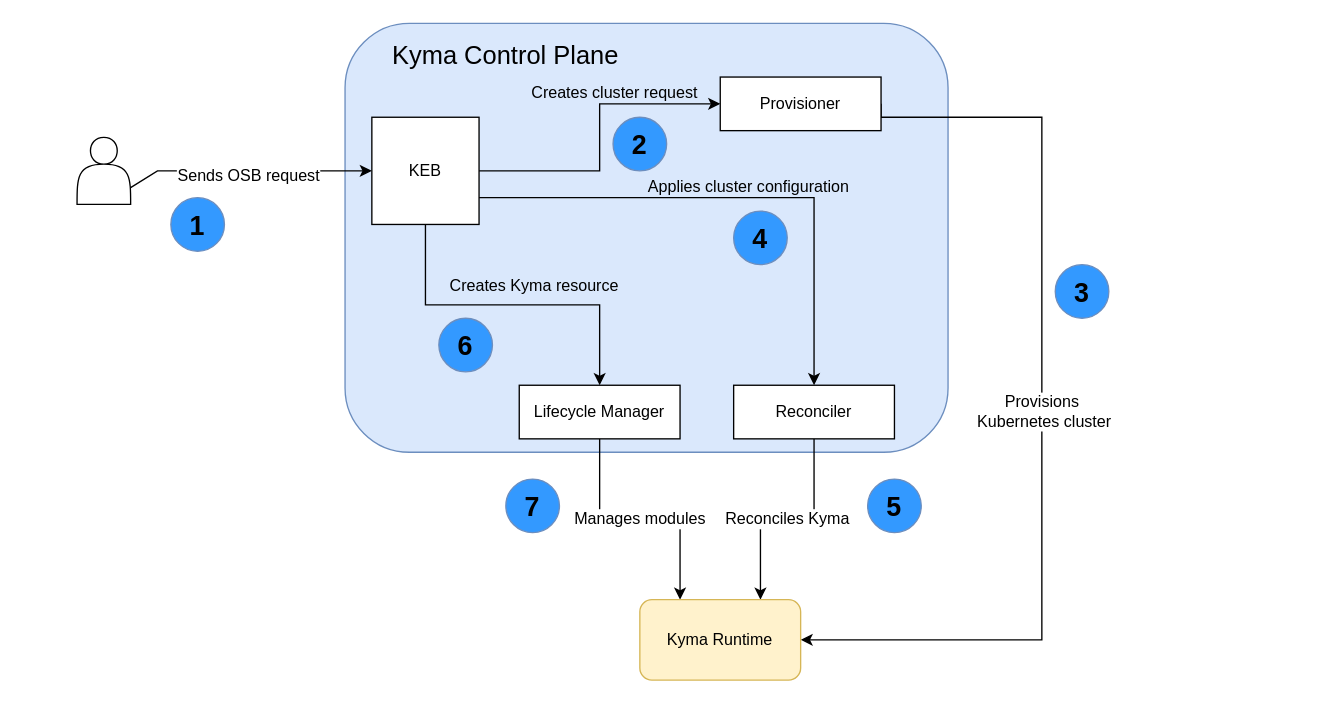
ukff/kyma-environment-broker keeps this draw.io diagram as docs/assets/keb-arch.drawio. Above is the earlier version. Source tidied: cells renumbered, new cells numbered last; positions are measured from the earlier drawing's top-left corner, leaving out a move shared by most shapes. Both pictures are drawn from the tidied source at 134%, with x=0, y=0 at pixel (76, 23).
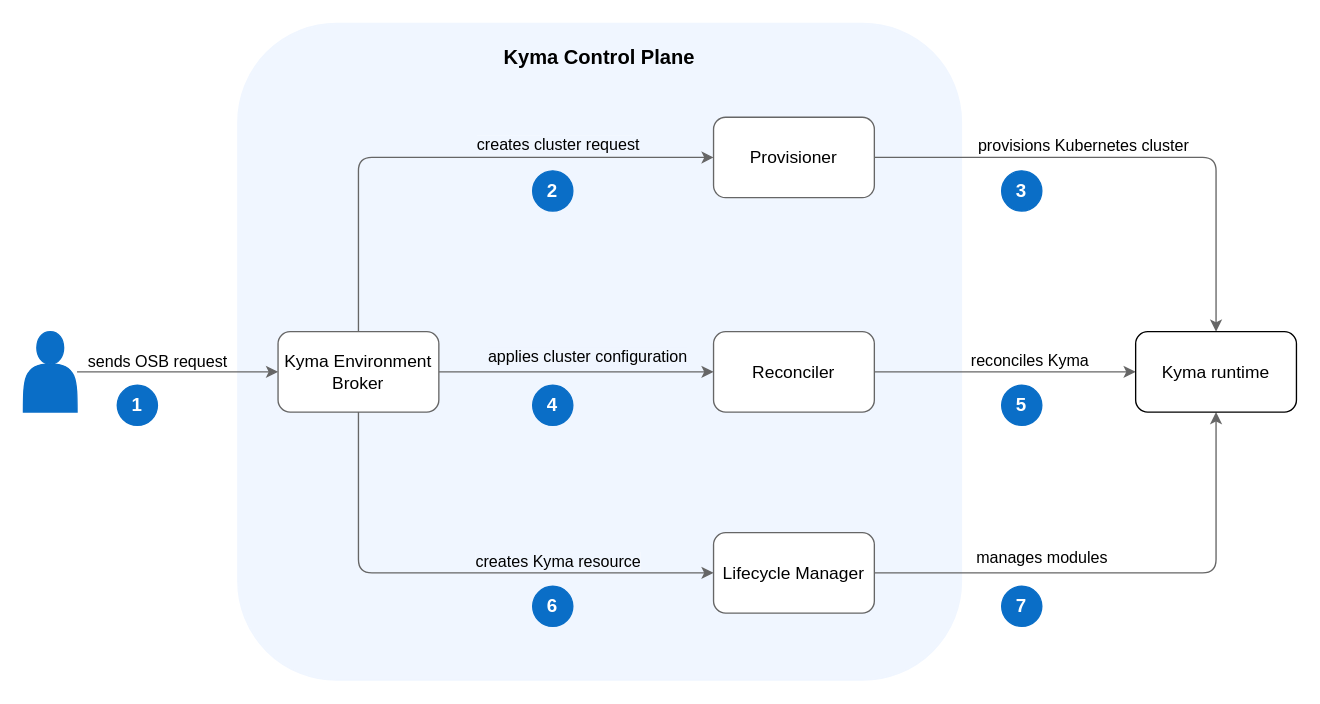
Above is the later version.

Commit message (it also covers changes not shown here):
Adjust the diagram to the content guidelines (#3036)

Diff of the diagram source:
```diff
@@
-    <mxCell id="2" style="rounded=1;whiteSpace=wrap;html=1;align=left;fillColor=#dae8fc;strokeColor=#6c8ebf;" parent="1" vertex="1">
-      <mxGeometry x="200" width="450" height="320" as="geometry" />
+    <mxCell id="2" style="rounded=1;whiteSpace=wrap;html=1;align=left;fillColor=#f0f6ff;strokeColor=#f0f6ff;verticalAlign=bottom;" parent="1" vertex="1">
+      <mxGeometry x="120" width="540" height="490" as="geometry" />
     </mxCell>
-    <mxCell id="3" style="edgeStyle=orthogonalEdgeStyle;rounded=0;jettySize=auto;html=1;exitX=1;exitY=0.5;exitDx=0;exitDy=0;fontSize=19;" parent="1" edge="1" source="8" target="10">
-      <mxGeometry relative="1" as="geometry" />
-    </mxCell>
-    <mxCell id="4" value="Creates cluster request" style="edgeLabel;html=1;align=center;verticalAlign=middle;fontSize=12;labelBackgroundColor=none;" parent="3" vertex="1">
-      <mxGeometry x="0.03" y="-1" relative="1" as="geometry">
-        <mxPoint x="9" y="-31" as="offset" />
-      </mxGeometry>
-    </mxCell>
-    <mxCell id="5" style="edgeStyle=orthogonalEdgeStyle;rounded=0;jettySize=auto;html=1;exitX=0.5;exitY=1;exitDx=0;exitDy=0;entryX=0.5;entryY=0;entryDx=0;entryDy=0;fontSize=19;" parent="1" edge="1" source="8" target="14">
-      <mxGeometry relative="1" as="geometry" />
-    </mxCell>
-    <mxCell id="6" value="Creates Kyma resource" style="edgeLabel;html=1;align=center;verticalAlign=middle;fontSize=12;labelBackgroundColor=none;" parent="5" vertex="1">
-      <mxGeometry x="0.04" y="2" relative="1" as="geometry">
-        <mxPoint x="10" y="-13" as="offset" />
-      </mxGeometry>
-    </mxCell>
-    <mxCell id="7" value="&lt;font style=&quot;font-size: 12px;&quot;&gt;Applies cluster configuration&lt;/font&gt;" style="edgeStyle=orthogonalEdgeStyle;rounded=0;jettySize=auto;html=1;exitX=1;exitY=0.75;exitDx=0;exitDy=0;entryX=0.5;entryY=0;entryDx=0;entryDy=0;fontSize=19;labelBackgroundColor=none;" parent="1" edge="1" source="8" target="12">
-      <mxGeometry x="0.03" y="10" relative="1" as="geometry" />
-    </mxCell>
-    <mxCell id="8" value="KEB" style="whiteSpace=wrap;html=1;" parent="1" vertex="1">
-      <mxGeometry x="220" y="70" width="80" height="80" as="geometry" />
-    </mxCell>
-    <mxCell id="9" value="Provisions&lt;br&gt;&amp;nbsp;Kubernetes cluster" style="edgeStyle=orthogonalEdgeStyle;rounded=0;jettySize=auto;html=1;exitX=1;exitY=0.5;exitDx=0;exitDy=0;entryX=1;entryY=0.5;entryDx=0;entryDy=0;fontSize=12;" parent="1" edge="1" source="10" target="16">
-      <mxGeometry relative="1" as="geometry">
-        <Array as="points">
-          <mxPoint x="600" y="70" />
-          <mxPoint x="720" y="70" />
-          <mxPoint x="720" y="460" />
-        </Array>
-      </mxGeometry>
-    </mxCell>
+    <mxCell id="15" value="&lt;font style=&quot;font-size: 15px;&quot;&gt;&lt;b&gt;Kyma Control Plane&lt;/b&gt;&lt;/font&gt;" style="text;html=1;strokeColor=none;fillColor=none;align=center;verticalAlign=middle;whiteSpace=wrap;rounded=0;fontSize=19;labelPosition=center;verticalLabelPosition=middle;" parent="1" vertex="1">
+      <mxGeometry x="300" y="10" width="180" height="30" as="geometry" />
+    </mxCell>
+    <mxCell id="26" style="edgeStyle=orthogonalEdgeStyle;rounded=1;jettySize=auto;html=1;entryX=0;entryY=0.5;entryDx=0;entryDy=0;strokeColor=#666666;" parent="1" edge="1" source="32" target="10">
+      <mxGeometry relative="1" as="geometry">
+        <Array as="points">
+          <mxPoint x="210" y="100" />
+        </Array>
+      </mxGeometry>
+    </mxCell>
+    <mxCell id="27" value="&lt;font style=&quot;font-size: 12px; background-color: rgb(240, 246, 255);&quot;&gt;creates cluster request&lt;/font&gt;" style="edgeLabel;html=1;align=center;verticalAlign=bottom;" parent="26" vertex="1">
+      <mxGeometry x="0.41" y="1" relative="1" as="geometry" />
+    </mxCell>
+    <mxCell id="28" style="edgeStyle=orthogonalEdgeStyle;rounded=1;jettySize=auto;html=1;entryX=0;entryY=0.5;entryDx=0;entryDy=0;strokeColor=#666666;" parent="1" edge="1" source="32" target="12">
+      <mxGeometry relative="1" as="geometry" />
+    </mxCell>
+    <mxCell id="29" value="applies cluster configuration" style="edgeLabel;html=1;align=center;verticalAlign=bottom;labelBackgroundColor=#f0f6ff;fontSize=12;" parent="28" vertex="1">
+      <mxGeometry x="0.07" y="3" relative="1" as="geometry" />
+    </mxCell>
+    <mxCell id="30" style="edgeStyle=orthogonalEdgeStyle;rounded=1;jettySize=auto;html=1;entryX=0;entryY=0.5;entryDx=0;entryDy=0;strokeColor=#666666;" parent="1" edge="1" source="32" target="14">
+      <mxGeometry relative="1" as="geometry">
+        <Array as="points">
+          <mxPoint x="210" y="410" />
+        </Array>
+      </mxGeometry>
+    </mxCell>
+    <mxCell id="31" value="&lt;font style=&quot;font-size: 12px; background-color: rgb(240, 246, 255);&quot;&gt;creates Kyma resource&lt;/font&gt;" style="edgeLabel;html=1;align=center;verticalAlign=bottom;" parent="30" vertex="1">
+      <mxGeometry x="0.39" relative="1" as="geometry" />
+    </mxCell>
+    <mxCell id="32" value="&lt;font style=&quot;font-size: 13px;&quot;&gt;Kyma Environment Broker&lt;/font&gt;" style="rounded=1;whiteSpace=wrap;html=1;strokeColor=#666666;" parent="1" vertex="1">
+      <mxGeometry x="150" y="230" width="120" height="60" as="geometry" />
+    </mxCell>
+    <mxCell id="33" style="edgeStyle=orthogonalEdgeStyle;rounded=1;jettySize=auto;html=1;entryX=0.5;entryY=0;entryDx=0;entryDy=0;strokeColor=#666666;" parent="1" edge="1" source="10" target="41">
+      <mxGeometry relative="1" as="geometry" />
+    </mxCell>
+    <mxCell id="34" value="&lt;font style=&quot;font-size: 12px;&quot;&gt;provisions Kubernetes cluster&lt;/font&gt;" style="edgeLabel;html=1;align=center;verticalAlign=bottom;fontSize=12;" parent="33" vertex="1">
+      <mxGeometry x="-0.44" y="-1" relative="1" as="geometry">
+        <mxPoint x="47" y="-1" as="offset" />
+      </mxGeometry>
+    </mxCell>
-    <mxCell id="10" value="Provisioner" style="rounded=0;whiteSpace=wrap;html=1;" parent="1" vertex="1">
-      <mxGeometry x="480" y="40" width="120" height="40" as="geometry" />
+    <mxCell id="10" value="&lt;font style=&quot;font-size: 13px;&quot;&gt;Provisioner&lt;/font&gt;" style="rounded=1;whiteSpace=wrap;html=1;strokeColor=#666666;" parent="1" vertex="1">
+      <mxGeometry x="475" y="70" width="120" height="60" as="geometry" />
     </mxCell>
-    <mxCell id="11" value="Reconciles Kyma" style="edgeStyle=orthogonalEdgeStyle;rounded=0;jettySize=auto;html=1;exitX=0.5;exitY=1;exitDx=0;exitDy=0;entryX=0.75;entryY=0;entryDx=0;entryDy=0;fontSize=12;" parent="1" edge="1" source="12" target="16">
-      <mxGeometry relative="1" as="geometry" />
-    </mxCell>
+    <mxCell id="35" style="edgeStyle=orthogonalEdgeStyle;rounded=1;jettySize=auto;html=1;entryX=0.5;entryY=1;entryDx=0;entryDy=0;strokeColor=#666666;" parent="1" edge="1" source="14" target="41">
+      <mxGeometry relative="1" as="geometry" />
+    </mxCell>
+    <mxCell id="36" value="&lt;font style=&quot;font-size: 12px;&quot;&gt;manages modules&lt;/font&gt;" style="edgeLabel;html=1;align=center;verticalAlign=bottom;fontSize=12;" parent="35" vertex="1">
+      <mxGeometry x="-0.45" y="3" relative="1" as="geometry">
+        <mxPoint x="21" as="offset" />
+      </mxGeometry>
+    </mxCell>
+    <mxCell id="14" value="&lt;font style=&quot;font-size: 13px;&quot;&gt;Lifecycle Manager&lt;/font&gt;" style="rounded=1;whiteSpace=wrap;html=1;strokeColor=#666666;" parent="1" vertex="1">
+      <mxGeometry x="475" y="380" width="120" height="60" as="geometry" />
+    </mxCell>
+    <mxCell id="37" style="edgeStyle=orthogonalEdgeStyle;rounded=1;jettySize=auto;html=1;entryX=0;entryY=0.5;entryDx=0;entryDy=0;strokeColor=#666666;" parent="1" edge="1" source="12" target="41">
+      <mxGeometry relative="1" as="geometry" />
+    </mxCell>
+    <mxCell id="38" value="&lt;span style=&quot;font-size: 12px;&quot;&gt;reconciles Kyma&lt;/span&gt;" style="edgeLabel;html=1;align=center;verticalAlign=bottom;fontSize=12;" parent="37" vertex="1">
+      <mxGeometry x="0.06" y="2" relative="1" as="geometry">
+        <mxPoint x="12" y="2" as="offset" />
+      </mxGeometry>
+    </mxCell>
-    <mxCell id="12" value="Reconciler" style="rounded=0;whiteSpace=wrap;html=1;" parent="1" vertex="1">
-      <mxGeometry x="490" y="270" width="120" height="40" as="geometry" />
+    <mxCell id="12" value="&lt;font style=&quot;font-size: 13px;&quot;&gt;Reconciler&lt;/font&gt;" style="rounded=1;whiteSpace=wrap;html=1;strokeColor=#666666;" parent="1" vertex="1">
+      <mxGeometry x="475" y="230" width="120" height="60" as="geometry" />
     </mxCell>
-    <mxCell id="13" value="Manages modules" style="edgeStyle=orthogonalEdgeStyle;rounded=0;jettySize=auto;html=1;exitX=0.5;exitY=1;exitDx=0;exitDy=0;entryX=0.25;entryY=0;entryDx=0;entryDy=0;fontSize=12;" parent="1" edge="1" source="14" target="16">
-      <mxGeometry relative="1" as="geometry" />
-    </mxCell>
-    <mxCell id="14" value="Lifecycle Manager" style="rounded=0;whiteSpace=wrap;html=1;" parent="1" vertex="1">
-      <mxGeometry x="330" y="270" width="120" height="40" as="geometry" />
-    </mxCell>
-    <mxCell id="15" value="Kyma Control Plane" style="text;html=1;strokeColor=none;fillColor=none;align=center;verticalAlign=middle;whiteSpace=wrap;rounded=0;fontSize=19;" parent="1" vertex="1">
-      <mxGeometry x="230" y="10" width="180" height="30" as="geometry" />
-    </mxCell>
-    <mxCell id="16" value="Kyma Runtime" style="rounded=1;whiteSpace=wrap;html=1;fontSize=12;fillColor=#fff2cc;strokeColor=#d6b656;" parent="1" vertex="1">
-      <mxGeometry x="420" y="430" width="120" height="60" as="geometry" />
-    </mxCell>
+    <mxCell id="39" style="edgeStyle=orthogonalEdgeStyle;rounded=1;jettySize=auto;html=1;strokeColor=#666666;" parent="1" edge="1" source="40" target="32">
+      <mxGeometry relative="1" as="geometry" />
+    </mxCell>
+    <mxCell id="40" style="shape=actor;whiteSpace=wrap;html=1;fillColor=#0a6ec7;strokeColor=#0a6ec7;" parent="1" vertex="1">
+      <mxGeometry x="-40" y="230" width="40" height="60" as="geometry" />
+    </mxCell>
+    <mxCell id="41" value="Kyma runtime" style="rounded=1;whiteSpace=wrap;html=1;fontSize=13;" parent="1" vertex="1">
+      <mxGeometry x="790" y="230" width="120" height="60" as="geometry" />
+    </mxCell>
-    <mxCell id="17" value="&lt;font size=&quot;1&quot;&gt;&lt;b style=&quot;font-size: 20px;&quot;&gt;1&lt;/b&gt;&lt;/font&gt;" style="ellipse;whiteSpace=wrap;html=1;fontSize=12;fillColor=#3399FF;strokeColor=#6c8ebf;" parent="1" vertex="1">
-      <mxGeometry x="70" y="130" width="40" height="40" as="geometry" />
+    <mxCell id="17" value="&lt;font color=&quot;#ffffff&quot; size=&quot;1&quot;&gt;&lt;b style=&quot;font-size: 14px;&quot;&gt;1&lt;/b&gt;&lt;/font&gt;" style="ellipse;whiteSpace=wrap;html=1;fontSize=12;fillColor=#0a6ec7;strokeColor=#0a6ec7;" parent="1" vertex="1">
+      <mxGeometry x="30" y="270" width="30" height="30" as="geometry" />
     </mxCell>
+    <mxCell id="42" value="sends OSB request" style="text;html=1;align=center;verticalAlign=middle;strokeColor=none;fillColor=none;" parent="1" vertex="1">
+      <mxGeometry x="-5" y="238" width="130" height="30" as="geometry" />
+    </mxCell>
-    <mxCell id="18" value="&lt;font size=&quot;1&quot;&gt;&lt;b style=&quot;font-size: 20px;&quot;&gt;2&lt;/b&gt;&lt;/font&gt;" style="ellipse;whiteSpace=wrap;html=1;fontSize=12;fillColor=#3399FF;strokeColor=#6c8ebf;" parent="1" vertex="1">
-      <mxGeometry x="400" y="70" width="40" height="40" as="geometry" />
+    <mxCell id="18" value="&lt;font color=&quot;#ffffff&quot; size=&quot;1&quot;&gt;&lt;b style=&quot;font-size: 14px;&quot;&gt;2&lt;/b&gt;&lt;/font&gt;" style="ellipse;whiteSpace=wrap;html=1;fontSize=12;fillColor=#0a6ec7;strokeColor=#0a6ec7;" parent="1" vertex="1">
+      <mxGeometry x="340" y="110" width="30" height="30" as="geometry" />
     </mxCell>
-    <mxCell id="19" value="&lt;font size=&quot;1&quot;&gt;&lt;b style=&quot;font-size: 20px;&quot;&gt;4&lt;/b&gt;&lt;/font&gt;" style="ellipse;whiteSpace=wrap;html=1;fontSize=12;fillColor=#3399FF;strokeColor=#6c8ebf;" parent="1" vertex="1">
-      <mxGeometry x="490" y="140" width="40" height="40" as="geometry" />
+    <mxCell id="19" value="&lt;font color=&quot;#ffffff&quot; size=&quot;1&quot;&gt;&lt;b style=&quot;font-size: 14px;&quot;&gt;4&lt;/b&gt;&lt;/font&gt;" style="ellipse;whiteSpace=wrap;html=1;fontSize=12;fillColor=#0a6ec7;strokeColor=#0a6ec7;" parent="1" vertex="1">
+      <mxGeometry x="340" y="270" width="30" height="30" as="geometry" />
     </mxCell>
+    <mxCell id="23" value="&lt;font color=&quot;#ffffff&quot; size=&quot;1&quot;&gt;&lt;b style=&quot;font-size: 14px;&quot;&gt;6&lt;/b&gt;&lt;/font&gt;" style="ellipse;whiteSpace=wrap;html=1;fontSize=12;fillColor=#0a6ec7;strokeColor=#0a6ec7;" parent="1" vertex="1">
+      <mxGeometry x="340" y="420" width="30" height="30" as="geometry" />
+    </mxCell>
-    <mxCell id="20" value="&lt;font size=&quot;1&quot;&gt;&lt;b style=&quot;font-size: 20px;&quot;&gt;3&lt;/b&gt;&lt;/font&gt;" style="ellipse;whiteSpace=wrap;html=1;fontSize=12;fillColor=#3399FF;strokeColor=#6c8ebf;" parent="1" vertex="1">
-      <mxGeometry x="730" y="180" width="40" height="40" as="geometry" />
+    <mxCell id="20" value="&lt;font color=&quot;#ffffff&quot; size=&quot;1&quot;&gt;&lt;b style=&quot;font-size: 14px;&quot;&gt;3&lt;/b&gt;&lt;/font&gt;" style="ellipse;whiteSpace=wrap;html=1;fontSize=12;fillColor=#0a6ec7;strokeColor=#0a6ec7;" parent="1" vertex="1">
+      <mxGeometry x="690" y="110" width="30" height="30" as="geometry" />
     </mxCell>
-    <mxCell id="21" value="&lt;font size=&quot;1&quot;&gt;&lt;b style=&quot;font-size: 20px;&quot;&gt;5&lt;/b&gt;&lt;/font&gt;" style="ellipse;whiteSpace=wrap;html=1;fontSize=12;fillColor=#3399FF;strokeColor=#6c8ebf;" parent="1" vertex="1">
-      <mxGeometry x="590" y="340" width="40" height="40" as="geometry" />
+    <mxCell id="21" value="&lt;font color=&quot;#ffffff&quot; size=&quot;1&quot;&gt;&lt;b style=&quot;font-size: 14px;&quot;&gt;5&lt;/b&gt;&lt;/font&gt;" style="ellipse;whiteSpace=wrap;html=1;fontSize=12;fillColor=#0a6ec7;strokeColor=#0a6ec7;" parent="1" vertex="1">
+      <mxGeometry x="690" y="270" width="30" height="30" as="geometry" />
     </mxCell>
-    <mxCell id="22" value="&lt;font size=&quot;1&quot;&gt;&lt;b style=&quot;font-size: 20px;&quot;&gt;7&lt;/b&gt;&lt;/font&gt;" style="ellipse;whiteSpace=wrap;html=1;fontSize=12;fillColor=#3399FF;strokeColor=#6c8ebf;" parent="1" vertex="1">
-      <mxGeometry x="320" y="340" width="40" height="40" as="geometry" />
+    <mxCell id="22" value="&lt;font color=&quot;#ffffff&quot; size=&quot;1&quot;&gt;&lt;b style=&quot;font-size: 14px;&quot;&gt;7&lt;/b&gt;&lt;/font&gt;" style="ellipse;whiteSpace=wrap;html=1;fontSize=12;fillColor=#0a6ec7;strokeColor=#0a6ec7;" parent="1" vertex="1">
+      <mxGeometry x="690" y="420" width="30" height="30" as="geometry" />
     </mxCell>
-    <mxCell id="23" value="&lt;font size=&quot;1&quot;&gt;&lt;b style=&quot;font-size: 20px;&quot;&gt;6&lt;/b&gt;&lt;/font&gt;" style="ellipse;whiteSpace=wrap;html=1;fontSize=12;fillColor=#3399FF;strokeColor=#6c8ebf;" parent="1" vertex="1">
-      <mxGeometry x="270" y="220" width="40" height="40" as="geometry" />
-    </mxCell>
-    <mxCell id="24" style="shape=actor;whiteSpace=wrap;html=1;fontSize=20;" parent="1" vertex="1">
-      <mxGeometry y="85" width="40" height="50" as="geometry" />
-    </mxCell>
-    <mxCell id="25" value="&lt;font style=&quot;font-size: 12px;&quot;&gt;Sends OSB request&lt;/font&gt;" style="endArrow=classic;html=1;rounded=0;fontSize=20;exitX=1;exitY=0.75;exitDx=0;exitDy=0;entryX=0;entryY=0.5;entryDx=0;entryDy=0;" parent="1" edge="1" source="24" target="8">
-      <mxGeometry relative="1" as="geometry">
-        <Array as="points">
-          <mxPoint x="60" y="110" />
-        </Array>
-      </mxGeometry>
-    </mxCell>
```
